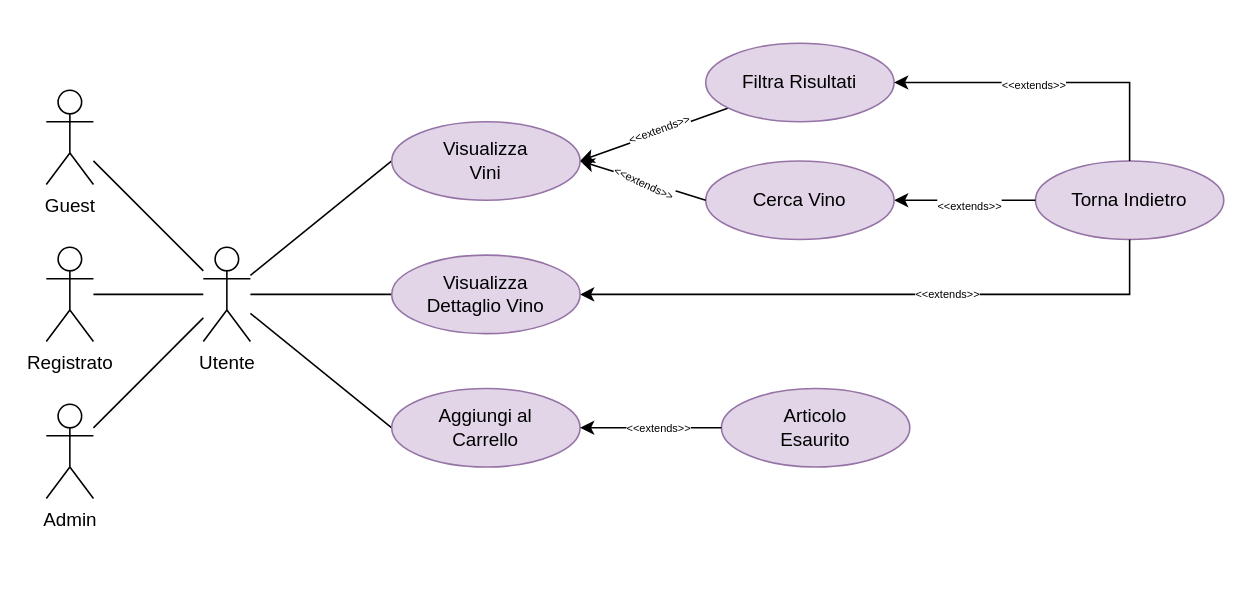
The draw.io diagram page "Catalogo" (2 of 6) of Docs/Requirements Analysis/Diagrams/Use Cases/Winer.drawio in Gprisco/winer-unisa, before the edit. Source tidied: cells renumbered, new cells numbered last; positions are measured from the earlier drawing's top-left corner, leaving out a move shared by most shapes. Both pictures are drawn from the tidied source at 157%, with x=0, y=0 at pixel (46, 42).
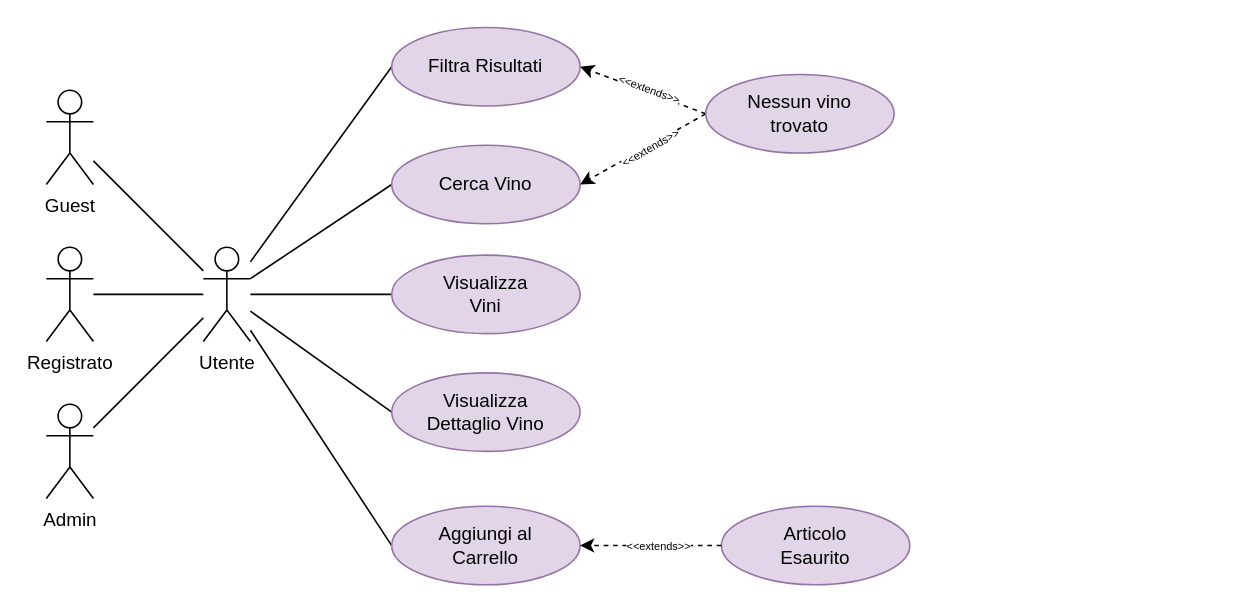
The same page after the edit.

The change refers to these unchanged cells:
```xml
<mxCell id="7" value="Utente" style="shape=umlActor;verticalLabelPosition=bottom;verticalAlign=top;html=1;outlineConnect=0;" parent="1" vertex="1">
  <mxGeometry x="100" y="130" width="30" height="60" as="geometry" />
</mxCell>
```

What changed in the source:
```diff
@@
+    <mxCell id="31" style="edgeStyle=none;rounded=0;jettySize=auto;html=1;entryX=0;entryY=0.5;entryDx=0;entryDy=0;endArrow=none;endFill=0;" parent="1" edge="1" source="7" target="24">
+      <mxGeometry relative="1" as="geometry" />
+    </mxCell>
+    <mxCell id="32" style="edgeStyle=none;rounded=0;jettySize=auto;html=1;entryX=0;entryY=0.5;entryDx=0;entryDy=0;endArrow=none;endFill=0;" parent="1" edge="1" source="7" target="12">
+      <mxGeometry relative="1" as="geometry" />
+    </mxCell>
@@
-    <mxCell id="10" style="rounded=0;jettySize=auto;html=1;entryX=1;entryY=0.5;entryDx=0;entryDy=0;" parent="1" edge="1" source="12" target="22">
-      <mxGeometry relative="1" as="geometry" />
-    </mxCell>
-    <mxCell id="11" value="&lt;font style=&quot;font-size: 7px&quot;&gt;&amp;lt;&amp;lt;extends&amp;gt;&amp;gt;&lt;/font&gt;" style="edgeLabel;html=1;align=center;verticalAlign=middle;rotation=-20;" parent="10" vertex="1">
-      <mxGeometry x="-0.26" relative="1" as="geometry">
-        <mxPoint x="-10" as="offset" />
-      </mxGeometry>
-    </mxCell>
-    <mxCell id="12" value="Filtra Risultati" style="ellipse;whiteSpace=wrap;html=1;fillColor=#e1d5e7;strokeColor=#9673a6;" parent="1" vertex="1">
-      <mxGeometry x="420" width="120" height="50" as="geometry" />
-    </mxCell>
-    <mxCell id="13" value="Torna Indietro" style="ellipse;whiteSpace=wrap;html=1;fillColor=#e1d5e7;strokeColor=#9673a6;" parent="1" vertex="1">
-      <mxGeometry x="630" y="75" width="120" height="50" as="geometry" />
-    </mxCell>
-    <mxCell id="14" style="rounded=0;jettySize=auto;html=1;entryX=1;entryY=0.5;entryDx=0;entryDy=0;exitX=0.5;exitY=1;exitDx=0;exitDy=0;edgeStyle=orthogonalEdgeStyle;" parent="1" edge="1" source="13" target="23">
-      <mxGeometry relative="1" as="geometry" />
-    </mxCell>
-    <mxCell id="15" value="&lt;font style=&quot;font-size: 7px&quot;&gt;&amp;lt;&amp;lt;extends&amp;gt;&amp;gt;&lt;/font&gt;" style="edgeLabel;html=1;align=center;verticalAlign=middle;rotation=0;" parent="14" vertex="1">
-      <mxGeometry x="-0.26" relative="1" as="geometry">
-        <mxPoint x="-10" y="-2" as="offset" />
-      </mxGeometry>
-    </mxCell>
-    <mxCell id="16" style="rounded=0;jettySize=auto;html=1;entryX=1;entryY=0.5;entryDx=0;entryDy=0;exitX=0;exitY=0.5;exitDx=0;exitDy=0;" parent="1" edge="1" source="13" target="24">
-      <mxGeometry relative="1" as="geometry" />
-    </mxCell>
-    <mxCell id="17" value="&lt;font style=&quot;font-size: 7px&quot;&gt;&amp;lt;&amp;lt;extends&amp;gt;&amp;gt;&lt;/font&gt;" style="edgeLabel;html=1;align=center;verticalAlign=middle;rotation=0;" parent="16" vertex="1">
-      <mxGeometry x="-0.26" relative="1" as="geometry">
-        <mxPoint x="-10" y="2" as="offset" />
-      </mxGeometry>
-    </mxCell>
@@
-    <mxCell id="20" style="rounded=0;jettySize=auto;html=1;entryX=1;entryY=0.5;entryDx=0;entryDy=0;exitX=0.5;exitY=0;exitDx=0;exitDy=0;edgeStyle=orthogonalEdgeStyle;" parent="1" edge="1" source="13" target="12">
-      <mxGeometry relative="1" as="geometry" />
-    </mxCell>
-    <mxCell id="21" value="&lt;font style=&quot;font-size: 7px&quot;&gt;&amp;lt;&amp;lt;extends&amp;gt;&amp;gt;&lt;/font&gt;" style="edgeLabel;html=1;align=center;verticalAlign=middle;rotation=0;" parent="20" vertex="1">
-      <mxGeometry x="-0.26" relative="1" as="geometry">
-        <mxPoint x="-38" as="offset" />
-      </mxGeometry>
-    </mxCell>
+    <mxCell id="12" value="Filtra Risultati" style="ellipse;whiteSpace=wrap;html=1;fillColor=#e1d5e7;strokeColor=#9673a6;" parent="1" vertex="1">
+      <mxGeometry x="220" y="-10" width="120" height="50" as="geometry" />
+    </mxCell>
     <mxCell id="22" value="Visualizza&lt;br&gt;Vini" style="ellipse;whiteSpace=wrap;html=1;fillColor=#e1d5e7;strokeColor=#9673a6;" parent="1" vertex="1">
-      <mxGeometry x="220" y="50" width="120" height="50" as="geometry" />
+      <mxGeometry x="220" y="135" width="120" height="50" as="geometry" />
     </mxCell>
     <mxCell id="23" value="Visualizza&lt;br&gt;Dettaglio Vino" style="ellipse;whiteSpace=wrap;html=1;fillColor=#e1d5e7;strokeColor=#9673a6;" parent="1" vertex="1">
-      <mxGeometry x="220" y="135" width="120" height="50" as="geometry" />
+      <mxGeometry x="220" y="210" width="120" height="50" as="geometry" />
     </mxCell>
     <mxCell id="24" value="Cerca Vino" style="ellipse;whiteSpace=wrap;html=1;fillColor=#e1d5e7;strokeColor=#9673a6;" parent="1" vertex="1">
-      <mxGeometry x="420" y="75" width="120" height="50" as="geometry" />
+      <mxGeometry x="220" y="65" width="120" height="50" as="geometry" />
     </mxCell>
-    <mxCell id="25" style="rounded=0;jettySize=auto;html=1;exitX=0;exitY=0.5;exitDx=0;exitDy=0;entryX=1;entryY=0.5;entryDx=0;entryDy=0;" parent="1" edge="1" source="24" target="22">
-      <mxGeometry relative="1" as="geometry" />
-    </mxCell>
-    <mxCell id="26" value="&lt;font style=&quot;font-size: 7px&quot;&gt;&amp;lt;&amp;lt;extends&amp;gt;&amp;gt;&lt;/font&gt;" style="edgeLabel;html=1;align=center;verticalAlign=middle;rotation=25;" parent="25" vertex="1">
-      <mxGeometry x="-0.26" relative="1" as="geometry">
-        <mxPoint x="-10" y="-3" as="offset" />
-      </mxGeometry>
-    </mxCell>
     <mxCell id="27" value="Aggiungi al&lt;br&gt;Carrello" style="ellipse;whiteSpace=wrap;html=1;fillColor=#e1d5e7;strokeColor=#9673a6;" parent="1" vertex="1">
-      <mxGeometry x="220" y="220" width="120" height="50" as="geometry" />
+      <mxGeometry x="220" y="295" width="120" height="50" as="geometry" />
     </mxCell>
     <mxCell id="28" value="Articolo&lt;br&gt;Esaurito" style="ellipse;whiteSpace=wrap;html=1;fillColor=#e1d5e7;strokeColor=#9673a6;" parent="1" vertex="1">
-      <mxGeometry x="430" y="220" width="120" height="50" as="geometry" />
+      <mxGeometry x="430" y="295" width="120" height="50" as="geometry" />
     </mxCell>
-    <mxCell id="29" style="rounded=0;jettySize=auto;html=1;entryX=1;entryY=0.5;entryDx=0;entryDy=0;exitX=0;exitY=0.5;exitDx=0;exitDy=0;" parent="1" edge="1" source="28" target="27">
+    <mxCell id="29" style="rounded=0;jettySize=auto;html=1;entryX=1;entryY=0.5;entryDx=0;entryDy=0;exitX=0;exitY=0.5;exitDx=0;exitDy=0;dashed=1;" parent="1" edge="1" source="28" target="27">
       <mxGeometry relative="1" as="geometry" />
     </mxCell>
@@
+    <mxCell id="33" style="edgeStyle=none;rounded=0;jettySize=auto;html=1;entryX=1;entryY=0.5;entryDx=0;entryDy=0;dashed=1;endArrow=classic;endFill=1;exitX=0;exitY=0.5;exitDx=0;exitDy=0;" parent="1" edge="1" source="37" target="24">
+      <mxGeometry relative="1" as="geometry" />
+    </mxCell>
+    <mxCell id="34" value="&lt;font style=&quot;font-size: 7px&quot;&gt;&amp;lt;&amp;lt;extends&amp;gt;&amp;gt;&lt;/font&gt;" style="edgeLabel;html=1;align=center;verticalAlign=middle;rotation=-30;" parent="33" vertex="1">
+      <mxGeometry x="-0.09" relative="1" as="geometry" />
+    </mxCell>
+    <mxCell id="35" style="edgeStyle=none;rounded=0;jettySize=auto;html=1;entryX=1;entryY=0.5;entryDx=0;entryDy=0;dashed=1;endArrow=classic;endFill=1;exitX=0;exitY=0.5;exitDx=0;exitDy=0;" parent="1" edge="1" source="37" target="12">
+      <mxGeometry relative="1" as="geometry" />
+    </mxCell>
+    <mxCell id="36" value="&amp;lt;&amp;lt;extends&amp;gt;&amp;gt;" style="edgeLabel;html=1;align=center;verticalAlign=middle;fontSize=7;rotation=20;" parent="35" vertex="1">
+      <mxGeometry x="-0.06" y="-2" relative="1" as="geometry" />
+    </mxCell>
+    <mxCell id="37" value="Nessun vino&lt;br&gt;trovato" style="ellipse;whiteSpace=wrap;html=1;fillColor=#e1d5e7;strokeColor=#9673a6;" parent="1" vertex="1">
+      <mxGeometry x="420" y="20" width="120" height="50" as="geometry" />
+    </mxCell>
```
